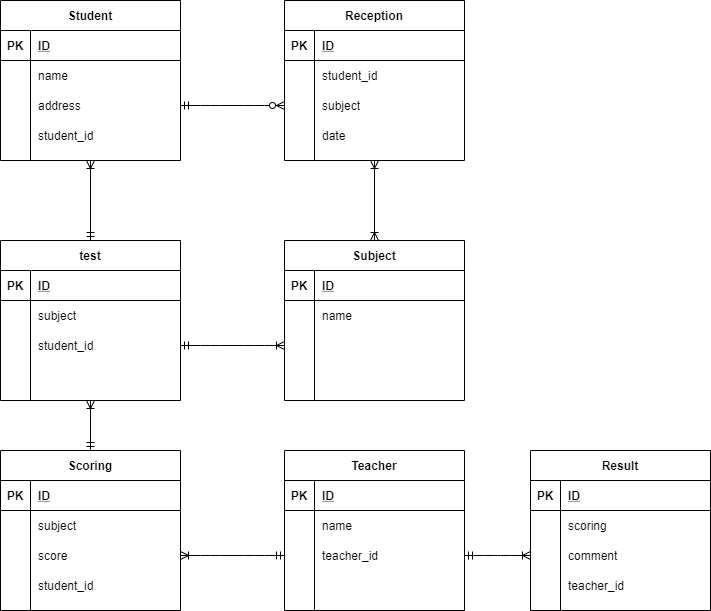
Above: index.drawio.png in takuyaone/db (draw.io), before the change. Source tidied: cells renumbered, new cells last; positions are measured from the earlier drawing's top-left corner, leaving out a move shared by most shapes.
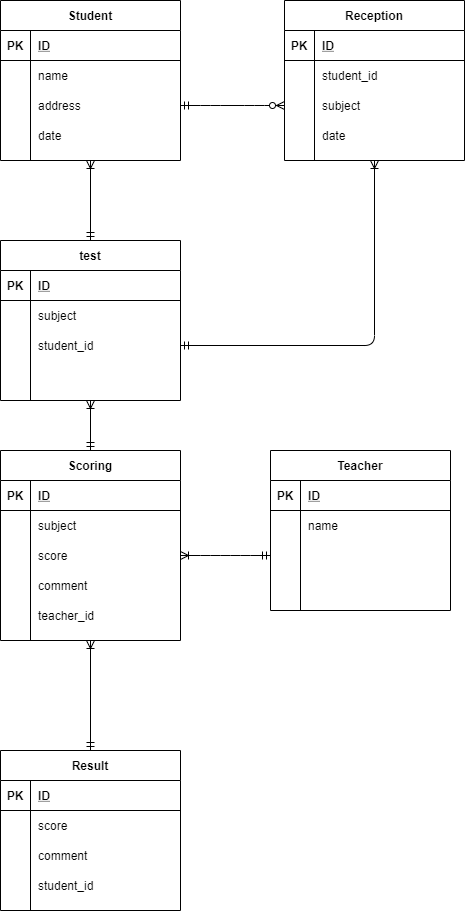
Later version of the same file.

The edit, as a diff of the source:
```diff
@@ -32,15 +32,15 @@
     <mxCell id="11" value="address" style="shape=partialRectangle;fillColor=none;top=0;left=0;bottom=0;right=0;align=left;spacingLeft=6;overflow=hidden;" parent="9" vertex="1">
       <mxGeometry x="30" width="150" height="30" as="geometry" />
     </mxCell>
-    <mxCell id="12" style="shape=partialRectangle;fillColor=none;top=0;left=0;bottom=0;right=0;" parent="2" vertex="1">
-      <mxGeometry y="120" width="180" height="30" as="geometry" />
-    </mxCell>
-    <mxCell id="13" style="shape=partialRectangle;fillColor=none;top=0;left=0;bottom=0;right=0;overflow=hidden;" parent="12" vertex="1">
-      <mxGeometry width="30" height="30" as="geometry" />
-    </mxCell>
-    <mxCell id="14" value="student_id" style="shape=partialRectangle;fillColor=none;top=0;left=0;bottom=0;right=0;align=left;spacingLeft=6;overflow=hidden;" parent="12" vertex="1">
-      <mxGeometry x="30" width="150" height="30" as="geometry" />
-    </mxCell>
+    <mxCell id="100" style="shape=partialRectangle;fillColor=none;top=0;left=0;bottom=0;right=0;" parent="2" vertex="1">
+      <mxGeometry y="120" width="180" height="30" as="geometry" />
+    </mxCell>
+    <mxCell id="101" style="shape=partialRectangle;fillColor=none;top=0;left=0;bottom=0;right=0;overflow=hidden;" parent="100" vertex="1">
+      <mxGeometry width="30" height="30" as="geometry" />
+    </mxCell>
+    <mxCell id="102" value="date" style="shape=partialRectangle;fillColor=none;top=0;left=0;bottom=0;right=0;align=left;spacingLeft=6;overflow=hidden;" parent="100" vertex="1">
+      <mxGeometry x="30" width="150" height="30" as="geometry" />
+    </mxCell>
     <mxCell id="15" value="Reception" style="shape=table;startSize=30;rowLines=0;fontStyle=1;align=center;" parent="1" vertex="1">
       <mxGeometry x="284" width="180" height="160" as="geometry" />
     </mxCell>
@@ -80,45 +80,6 @@
     <mxCell id="27" value="date" style="shape=partialRectangle;fillColor=none;top=0;left=0;bottom=0;right=0;align=left;spacingLeft=6;overflow=hidden;" parent="25" vertex="1">
       <mxGeometry x="30" width="150" height="30" as="geometry" />
     </mxCell>
-    <mxCell id="28" value="Subject" style="shape=table;startSize=30;rowLines=0;fontStyle=1;align=center;" parent="1" vertex="1">
-      <mxGeometry x="284" y="240" width="180" height="160" as="geometry" />
-    </mxCell>
-    <mxCell id="29" style="shape=partialRectangle;fillColor=none;top=0;left=0;bottom=1;right=0;" parent="28" vertex="1">
-      <mxGeometry y="30" width="180" height="30" as="geometry" />
-    </mxCell>
-    <mxCell id="30" value="PK" style="shape=partialRectangle;fillColor=none;top=0;left=0;bottom=0;right=0;fontStyle=1;overflow=hidden;" parent="29" vertex="1">
-      <mxGeometry width="30" height="30" as="geometry" />
-    </mxCell>
-    <mxCell id="31" value="ID" style="shape=partialRectangle;fillColor=none;top=0;left=0;bottom=0;right=0;align=left;spacingLeft=6;fontStyle=5;overflow=hidden;" parent="29" vertex="1">
-      <mxGeometry x="30" width="150" height="30" as="geometry" />
-    </mxCell>
-    <mxCell id="32" style="shape=partialRectangle;fillColor=none;top=0;left=0;bottom=0;right=0;" parent="28" vertex="1">
-      <mxGeometry y="60" width="180" height="30" as="geometry" />
-    </mxCell>
-    <mxCell id="33" style="shape=partialRectangle;fillColor=none;top=0;left=0;bottom=0;right=0;overflow=hidden;" parent="32" vertex="1">
-      <mxGeometry width="30" height="30" as="geometry" />
-    </mxCell>
-    <mxCell id="34" value="name" style="shape=partialRectangle;fillColor=none;top=0;left=0;bottom=0;right=0;align=left;spacingLeft=6;overflow=hidden;" parent="32" vertex="1">
-      <mxGeometry x="30" width="150" height="30" as="geometry" />
-    </mxCell>
-    <mxCell id="35" style="shape=partialRectangle;fillColor=none;top=0;left=0;bottom=0;right=0;points=[[0,0.5],[1,0.5]];portConstraint=eastwest;" parent="28" vertex="1">
-      <mxGeometry y="90" width="180" height="30" as="geometry" />
-    </mxCell>
-    <mxCell id="36" style="shape=partialRectangle;fillColor=none;top=0;left=0;bottom=0;right=0;overflow=hidden;" parent="35" vertex="1">
-      <mxGeometry width="30" height="30" as="geometry" />
-    </mxCell>
-    <mxCell id="37" style="shape=partialRectangle;fillColor=none;top=0;left=0;bottom=0;right=0;align=left;spacingLeft=6;overflow=hidden;" parent="35" vertex="1">
-      <mxGeometry x="30" width="150" height="30" as="geometry" />
-    </mxCell>
-    <mxCell id="38" style="shape=partialRectangle;fillColor=none;top=0;left=0;bottom=0;right=0;" parent="28" vertex="1">
-      <mxGeometry y="120" width="180" height="30" as="geometry" />
-    </mxCell>
-    <mxCell id="39" style="shape=partialRectangle;fillColor=none;top=0;left=0;bottom=0;right=0;overflow=hidden;" parent="38" vertex="1">
-      <mxGeometry width="30" height="30" as="geometry" />
-    </mxCell>
-    <mxCell id="40" style="shape=partialRectangle;fillColor=none;top=0;left=0;bottom=0;right=0;align=left;spacingLeft=6;overflow=hidden;" parent="38" vertex="1">
-      <mxGeometry x="30" width="150" height="30" as="geometry" />
-    </mxCell>
     <mxCell id="41" value="test" style="shape=table;startSize=30;rowLines=0;fontStyle=1;align=center;" parent="1" vertex="1">
       <mxGeometry y="240" width="180" height="160" as="geometry" />
     </mxCell>
@@ -159,7 +120,7 @@
       <mxGeometry x="30" width="150" height="30" as="geometry" />
     </mxCell>
     <mxCell id="54" value="Teacher" style="shape=table;startSize=30;rowLines=0;fontStyle=1;align=center;" parent="1" vertex="1">
-      <mxGeometry x="284" y="450" width="180" height="160" as="geometry" />
+      <mxGeometry x="270" y="450" width="180" height="160" as="geometry" />
     </mxCell>
     <mxCell id="55" style="shape=partialRectangle;fillColor=none;top=0;left=0;bottom=1;right=0;" parent="54" vertex="1">
       <mxGeometry y="30" width="180" height="30" as="geometry" />
@@ -185,7 +146,7 @@
     <mxCell id="62" style="shape=partialRectangle;fillColor=none;top=0;left=0;bottom=0;right=0;overflow=hidden;" parent="61" vertex="1">
       <mxGeometry width="30" height="30" as="geometry" />
     </mxCell>
-    <mxCell id="63" value="teacher_id" style="shape=partialRectangle;fillColor=none;top=0;left=0;bottom=0;right=0;align=left;spacingLeft=6;overflow=hidden;" parent="61" vertex="1">
+    <mxCell id="63" style="shape=partialRectangle;fillColor=none;top=0;left=0;bottom=0;right=0;align=left;spacingLeft=6;overflow=hidden;" parent="61" vertex="1">
       <mxGeometry x="30" width="150" height="30" as="geometry" />
     </mxCell>
     <mxCell id="64" style="shape=partialRectangle;fillColor=none;top=0;left=0;bottom=0;right=0;" parent="54" vertex="1">
@@ -198,7 +159,7 @@
       <mxGeometry x="30" width="150" height="30" as="geometry" />
     </mxCell>
     <mxCell id="67" value="Scoring" style="shape=table;startSize=30;rowLines=0;fontStyle=1;align=center;" parent="1" vertex="1">
-      <mxGeometry y="450" width="180" height="160" as="geometry" />
+      <mxGeometry y="450" width="180" height="190" as="geometry" />
     </mxCell>
     <mxCell id="68" style="shape=partialRectangle;fillColor=none;top=0;left=0;bottom=1;right=0;" parent="67" vertex="1">
       <mxGeometry y="30" width="180" height="30" as="geometry" />
@@ -227,17 +188,26 @@
     <mxCell id="76" value="score" style="shape=partialRectangle;fillColor=none;top=0;left=0;bottom=0;right=0;align=left;spacingLeft=6;overflow=hidden;" parent="74" vertex="1">
       <mxGeometry x="30" width="150" height="30" as="geometry" />
     </mxCell>
-    <mxCell id="77" style="shape=partialRectangle;fillColor=none;top=0;left=0;bottom=0;right=0;" parent="67" vertex="1">
-      <mxGeometry y="120" width="180" height="30" as="geometry" />
-    </mxCell>
-    <mxCell id="78" style="shape=partialRectangle;fillColor=none;top=0;left=0;bottom=0;right=0;overflow=hidden;" parent="77" vertex="1">
-      <mxGeometry width="30" height="30" as="geometry" />
-    </mxCell>
-    <mxCell id="79" value="student_id" style="shape=partialRectangle;fillColor=none;top=0;left=0;bottom=0;right=0;align=left;spacingLeft=6;overflow=hidden;" parent="77" vertex="1">
-      <mxGeometry x="30" width="150" height="30" as="geometry" />
-    </mxCell>
+    <mxCell id="103" style="shape=partialRectangle;fillColor=none;top=0;left=0;bottom=0;right=0;" parent="67" vertex="1">
+      <mxGeometry y="120" width="180" height="30" as="geometry" />
+    </mxCell>
+    <mxCell id="104" style="shape=partialRectangle;fillColor=none;top=0;left=0;bottom=0;right=0;overflow=hidden;" parent="103" vertex="1">
+      <mxGeometry width="30" height="30" as="geometry" />
+    </mxCell>
+    <mxCell id="105" value="comment" style="shape=partialRectangle;fillColor=none;top=0;left=0;bottom=0;right=0;align=left;spacingLeft=6;overflow=hidden;" parent="103" vertex="1">
+      <mxGeometry x="30" width="150" height="30" as="geometry" />
+    </mxCell>
+    <mxCell id="106" style="shape=partialRectangle;fillColor=none;top=0;left=0;bottom=0;right=0;" parent="67" vertex="1">
+      <mxGeometry y="150" width="180" height="30" as="geometry" />
+    </mxCell>
+    <mxCell id="107" style="shape=partialRectangle;fillColor=none;top=0;left=0;bottom=0;right=0;overflow=hidden;" parent="106" vertex="1">
+      <mxGeometry width="30" height="30" as="geometry" />
+    </mxCell>
+    <mxCell id="108" value="teacher_id" style="shape=partialRectangle;fillColor=none;top=0;left=0;bottom=0;right=0;align=left;spacingLeft=6;overflow=hidden;" parent="106" vertex="1">
+      <mxGeometry x="30" width="150" height="30" as="geometry" />
+    </mxCell>
     <mxCell id="80" value="Result" style="shape=table;startSize=30;rowLines=0;fontStyle=1;align=center;" parent="1" vertex="1">
-      <mxGeometry x="530" y="450" width="180" height="160" as="geometry" />
+      <mxGeometry y="750" width="180" height="160" as="geometry" />
     </mxCell>
     <mxCell id="81" style="shape=partialRectangle;fillColor=none;top=0;left=0;bottom=1;right=0;" parent="80" vertex="1">
       <mxGeometry y="30" width="180" height="30" as="geometry" />
@@ -254,7 +224,7 @@
     <mxCell id="85" style="shape=partialRectangle;fillColor=none;top=0;left=0;bottom=0;right=0;overflow=hidden;" parent="84" vertex="1">
       <mxGeometry width="30" height="30" as="geometry" />
     </mxCell>
-    <mxCell id="86" value="scoring" style="shape=partialRectangle;fillColor=none;top=0;left=0;bottom=0;right=0;align=left;spacingLeft=6;overflow=hidden;" parent="84" vertex="1">
+    <mxCell id="86" value="score" style="shape=partialRectangle;fillColor=none;top=0;left=0;bottom=0;right=0;align=left;spacingLeft=6;overflow=hidden;" parent="84" vertex="1">
       <mxGeometry x="30" width="150" height="30" as="geometry" />
     </mxCell>
     <mxCell id="87" style="shape=partialRectangle;fillColor=none;top=0;left=0;bottom=0;right=0;points=[[0,0.5],[1,0.5]];portConstraint=eastwest;" parent="80" vertex="1">
@@ -272,13 +242,13 @@
     <mxCell id="91" style="shape=partialRectangle;fillColor=none;top=0;left=0;bottom=0;right=0;overflow=hidden;" parent="90" vertex="1">
       <mxGeometry width="30" height="30" as="geometry" />
     </mxCell>
-    <mxCell id="92" value="teacher_id" style="shape=partialRectangle;fillColor=none;top=0;left=0;bottom=0;right=0;align=left;spacingLeft=6;overflow=hidden;" parent="90" vertex="1">
+    <mxCell id="92" value="student_id" style="shape=partialRectangle;fillColor=none;top=0;left=0;bottom=0;right=0;align=left;spacingLeft=6;overflow=hidden;" parent="90" vertex="1">
       <mxGeometry x="30" width="150" height="30" as="geometry" />
     </mxCell>
     <mxCell id="93" style="edgeStyle=entityRelationEdgeStyle;fontSize=12;html=1;endArrow=ERzeroToMany;startArrow=ERmandOne;entryX=0;entryY=0.5;entryDx=0;entryDy=0;exitX=1;exitY=0.5;exitDx=0;exitDy=0;" parent="1" edge="1" source="9" target="22">
       <mxGeometry relative="1" as="geometry" />
     </mxCell>
-    <mxCell id="94" style="edgeStyle=entityRelationEdgeStyle;fontSize=12;html=1;endArrow=ERoneToMany;startArrow=ERmandOne;exitX=1;exitY=0.5;exitDx=0;exitDy=0;entryX=0;entryY=0.5;entryDx=0;entryDy=0;" parent="1" edge="1" source="48" target="35">
+    <mxCell id="94" style="edgeStyle=orthogonalEdgeStyle;fontSize=12;html=1;endArrow=ERoneToMany;startArrow=ERmandOne;exitX=1;exitY=0.5;exitDx=0;exitDy=0;entryX=0.5;entryY=1;entryDx=0;entryDy=0;" parent="1" edge="1" source="48" target="15">
       <mxGeometry relative="1" as="geometry" />
     </mxCell>
     <mxCell id="95" style="fontSize=12;html=1;endArrow=ERoneToMany;startArrow=ERmandOne;entryX=0.5;entryY=1;entryDx=0;entryDy=0;exitX=0.5;exitY=0;exitDx=0;exitDy=0;" parent="1" edge="1" source="41" target="2">
@@ -287,14 +257,11 @@
     <mxCell id="96" style="fontSize=12;html=1;endArrow=ERoneToMany;startArrow=ERmandOne;exitX=0.5;exitY=0;exitDx=0;exitDy=0;entryX=0.5;entryY=1;entryDx=0;entryDy=0;" parent="1" edge="1" source="67" target="41">
       <mxGeometry relative="1" as="geometry" />
     </mxCell>
-    <mxCell id="97" style="fontSize=12;html=1;endArrow=ERoneToMany;startArrow=ERoneToMany;entryX=0.5;entryY=1;entryDx=0;entryDy=0;exitX=0.5;exitY=0;exitDx=0;exitDy=0;" parent="1" edge="1" source="28" target="15">
-      <mxGeometry relative="1" as="geometry" />
-    </mxCell>
-    <mxCell id="98" style="edgeStyle=entityRelationEdgeStyle;fontSize=12;html=1;endArrow=ERoneToMany;startArrow=ERmandOne;entryX=1;entryY=0.5;entryDx=0;entryDy=0;exitX=0;exitY=0.5;exitDx=0;exitDy=0;" parent="1" edge="1" source="61" target="74">
-      <mxGeometry relative="1" as="geometry" />
-    </mxCell>
-    <mxCell id="99" style="edgeStyle=entityRelationEdgeStyle;fontSize=12;html=1;endArrow=ERoneToMany;startArrow=ERmandOne;entryX=0;entryY=0.5;entryDx=0;entryDy=0;exitX=1;exitY=0.5;exitDx=0;exitDy=0;" parent="1" edge="1" source="61" target="87">
+    <mxCell id="99" style="edgeStyle=entityRelationEdgeStyle;fontSize=12;html=1;endArrow=ERoneToMany;startArrow=ERmandOne;exitX=0;exitY=0.5;exitDx=0;exitDy=0;entryX=1;entryY=0.5;entryDx=0;entryDy=0;" parent="1" edge="1" source="61" target="74">
       <mxGeometry relative="1" as="geometry" />
     </mxCell>
+    <mxCell id="109" style="fontSize=12;html=1;endArrow=ERoneToMany;startArrow=ERmandOne;exitX=0.5;exitY=0;exitDx=0;exitDy=0;entryX=0.5;entryY=1;entryDx=0;entryDy=0;" parent="1" edge="1" source="80" target="67">
+      <mxGeometry relative="1" as="geometry" />
+    </mxCell>
   </root>
 </mxGraphModel>
```
